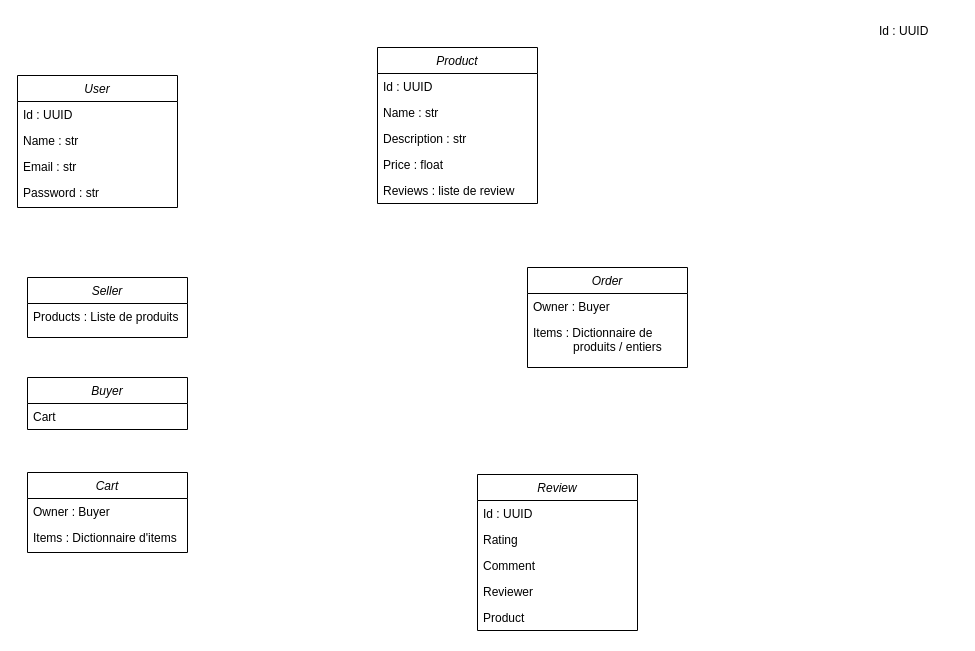
The draw.io diagram Diagramme sans nom.drawio in Caalagan/Caalagan, before the edit. Source tidied: cells renumbered, new cells numbered last; positions are measured from the earlier drawing's top-left corner, leaving out a move shared by most shapes. Both pictures are drawn from the tidied source at 100%, with x=0, y=0 at pixel (17, 17).
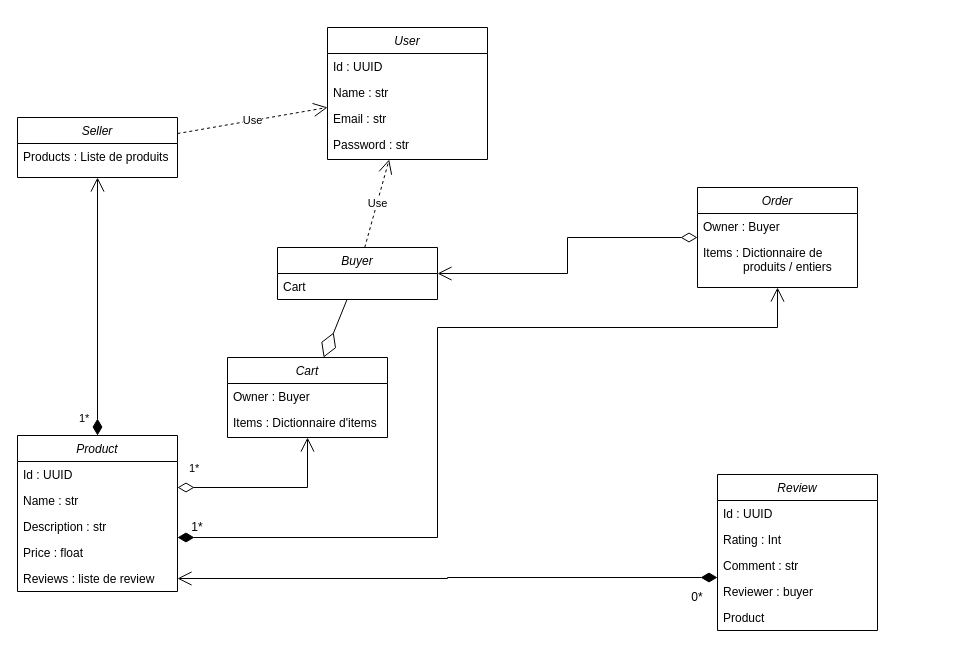
The same page after the edit.

Commit message (it also covers changes not shown here):
Mettre à jour Diagramme sans nom.drawio

Unchanged cells that the change refers to:
```xml
<mxCell id="16" value="Reviews : liste de review" style="text;align=left;verticalAlign=top;spacingLeft=4;spacingRight=4;overflow=hidden;points=[[0,0.5],[1,0.5]];portConstraint=eastwest;" parent="11" vertex="1">
  <mxGeometry y="130" width="160" height="26" as="geometry" />
</mxCell>
<mxCell id="22" value="Items : Dictionnaire de &#10;            produits / entiers" style="text;align=left;verticalAlign=top;spacingLeft=4;spacingRight=4;overflow=hidden;points=[[0,0.5],[1,0.5]];portConstraint=eastwest;rounded=0;shadow=0;html=0;" parent="20" vertex="1">
  <mxGeometry y="52" width="160" height="48" as="geometry" />
</mxCell>
```

The edit, as a diff of the source:
```diff
@@
     <mxCell id="2" value="Seller" style="swimlane;fontStyle=2;align=center;verticalAlign=top;horizontal=1;startSize=26;rounded=0;shadow=0;strokeWidth=1;" parent="1" vertex="1">
-      <mxGeometry x="10" y="260" width="160" height="60" as="geometry" />
+      <mxGeometry y="100" width="160" height="60" as="geometry" />
     </mxCell>
@@
     <mxCell id="4" value="User" style="swimlane;fontStyle=2;align=center;verticalAlign=top;horizontal=1;startSize=26;rounded=0;shadow=0;strokeWidth=1;" parent="1" vertex="1">
-      <mxGeometry y="58" width="160" height="132" as="geometry" />
+      <mxGeometry x="310" y="10" width="160" height="132" as="geometry" />
     </mxCell>
@@
     <mxCell id="9" value="Buyer" style="swimlane;fontStyle=2;align=center;verticalAlign=top;horizontal=1;startSize=26;rounded=0;shadow=0;strokeWidth=1;" parent="1" vertex="1">
-      <mxGeometry x="10" y="360" width="160" height="52" as="geometry" />
+      <mxGeometry x="260" y="230" width="160" height="52" as="geometry" />
     </mxCell>
@@
     <mxCell id="11" value="Product" style="swimlane;fontStyle=2;align=center;verticalAlign=top;horizontal=1;startSize=26;rounded=0;shadow=0;strokeWidth=1;" parent="1" vertex="1">
-      <mxGeometry x="360" y="30" width="160" height="156" as="geometry" />
+      <mxGeometry y="418" width="160" height="156" as="geometry" />
     </mxCell>
@@
     <mxCell id="17" value="Cart" style="swimlane;fontStyle=2;align=center;verticalAlign=top;horizontal=1;startSize=26;rounded=0;shadow=0;strokeWidth=1;" parent="1" vertex="1">
-      <mxGeometry x="10" y="455" width="160" height="80" as="geometry" />
+      <mxGeometry x="210" y="340" width="160" height="80" as="geometry" />
     </mxCell>
@@
     <mxCell id="20" value="Order" style="swimlane;fontStyle=2;align=center;verticalAlign=top;horizontal=1;startSize=26;rounded=0;shadow=0;strokeWidth=1;" parent="1" vertex="1">
-      <mxGeometry x="510" y="250" width="160" height="100" as="geometry" />
+      <mxGeometry x="680" y="170" width="160" height="100" as="geometry" />
     </mxCell>
@@
     <mxCell id="23" value="Review" style="swimlane;fontStyle=2;align=center;verticalAlign=top;horizontal=1;startSize=26;rounded=0;shadow=0;strokeWidth=1;" parent="1" vertex="1">
-      <mxGeometry x="460" y="457" width="160" height="156" as="geometry" />
+      <mxGeometry x="700" y="457" width="160" height="156" as="geometry" />
     </mxCell>
@@
-    <mxCell id="25" value="Rating" style="text;align=left;verticalAlign=top;spacingLeft=4;spacingRight=4;overflow=hidden;rounded=0;shadow=0;html=0;" parent="23" vertex="1">
+    <mxCell id="25" value="Rating : Int" style="text;align=left;verticalAlign=top;spacingLeft=4;spacingRight=4;overflow=hidden;rounded=0;shadow=0;html=0;" parent="23" vertex="1">
       <mxGeometry y="52" width="160" height="26" as="geometry" />
     </mxCell>
-    <mxCell id="26" value="Comment" style="text;align=left;verticalAlign=top;spacingLeft=4;spacingRight=4;overflow=hidden;rounded=0;shadow=0;html=0;" parent="23" vertex="1">
+    <mxCell id="26" value="Comment : str" style="text;align=left;verticalAlign=top;spacingLeft=4;spacingRight=4;overflow=hidden;rounded=0;shadow=0;html=0;" parent="23" vertex="1">
       <mxGeometry y="78" width="160" height="26" as="geometry" />
     </mxCell>
-    <mxCell id="27" value="Reviewer" style="text;align=left;verticalAlign=top;spacingLeft=4;spacingRight=4;overflow=hidden;" parent="23" vertex="1">
+    <mxCell id="27" value="Reviewer : buyer" style="text;align=left;verticalAlign=top;spacingLeft=4;spacingRight=4;overflow=hidden;" parent="23" vertex="1">
       <mxGeometry y="104" width="160" height="26" as="geometry" />
     </mxCell>
@@
-    <mxCell id="29" value="Id : UUID" style="text;whiteSpace=wrap;html=1;" parent="1" vertex="1">
-      <mxGeometry x="860" width="80" height="40" as="geometry" />
-    </mxCell>
+    <mxCell id="30" value="Use" style="endArrow=open;endSize=12;dashed=1;html=1;rounded=0;" parent="1" edge="1" source="2" target="4">
+      <mxGeometry relative="1" as="geometry" />
+    </mxCell>
+    <mxCell id="31" value="Use" style="endArrow=open;endSize=12;dashed=1;html=1;rounded=0;" parent="1" edge="1" source="9" target="4">
+      <mxGeometry relative="1" as="geometry" />
+    </mxCell>
+    <mxCell id="32" style="endArrow=diamondThin;endFill=0;endSize=24;html=1;rounded=0;" parent="1" edge="1" source="9" target="17">
+      <mxGeometry relative="1" as="geometry" />
+    </mxCell>
+    <mxCell id="33" style="endArrow=open;html=1;endSize=12;startArrow=diamondThin;startSize=14;startFill=1;edgeStyle=orthogonalEdgeStyle;align=left;verticalAlign=bottom;rounded=0;" parent="1" edge="1" source="23" target="16">
+      <mxGeometry x="-0.94" y="-114" relative="1" as="geometry">
+        <Array as="points">
+          <mxPoint x="430" y="560" />
+          <mxPoint x="430" y="561" />
+        </Array>
+        <mxPoint x="90" y="44" as="offset" />
+      </mxGeometry>
+    </mxCell>
+    <mxCell id="34" style="endArrow=open;html=1;endSize=12;startArrow=diamondThin;startSize=14;startFill=0;edgeStyle=orthogonalEdgeStyle;align=left;verticalAlign=bottom;rounded=0;" parent="1" edge="1" source="20" target="9">
+      <mxGeometry x="-0.69" y="-40" relative="1" as="geometry" />
+    </mxCell>
+    <mxCell id="35" style="endArrow=open;html=1;endSize=12;startArrow=diamondThin;startSize=14;startFill=1;edgeStyle=orthogonalEdgeStyle;align=left;verticalAlign=bottom;rounded=0;" parent="1" edge="1" source="11" target="22">
+      <mxGeometry x="-0.29" y="-30" relative="1" as="geometry">
+        <Array as="points">
+          <mxPoint x="420" y="520" />
+          <mxPoint x="420" y="310" />
+          <mxPoint x="760" y="310" />
+        </Array>
+      </mxGeometry>
+    </mxCell>
+    <mxCell id="36" value="1*" style="endArrow=open;html=1;endSize=12;startArrow=diamondThin;startSize=14;startFill=1;edgeStyle=orthogonalEdgeStyle;align=left;verticalAlign=bottom;rounded=0;" parent="1" edge="1" source="11" target="2">
+      <mxGeometry x="-0.94" y="20" relative="1" as="geometry" />
+    </mxCell>
+    <mxCell id="37" value="1*" style="text;html=1;strokeColor=none;fillColor=none;align=center;verticalAlign=middle;whiteSpace=wrap;rounded=0;" parent="1" vertex="1">
+      <mxGeometry x="150" y="500" width="60" height="20" as="geometry" />
+    </mxCell>
+    <mxCell id="38" value="0*" style="text;html=1;strokeColor=none;fillColor=none;align=center;verticalAlign=middle;whiteSpace=wrap;rounded=0;" parent="1" vertex="1">
+      <mxGeometry x="650" y="570" width="60" height="20" as="geometry" />
+    </mxCell>
+    <mxCell id="39" value="1*" style="endArrow=open;html=1;endSize=12;startArrow=diamondThin;startSize=14;startFill=0;edgeStyle=orthogonalEdgeStyle;align=left;verticalAlign=bottom;rounded=0;" parent="1" edge="1" source="11" target="17">
+      <mxGeometry x="-0.89" y="10" relative="1" as="geometry">
+        <Array as="points">
+          <mxPoint x="290" y="470" />
+        </Array>
+      </mxGeometry>
+    </mxCell>
```
